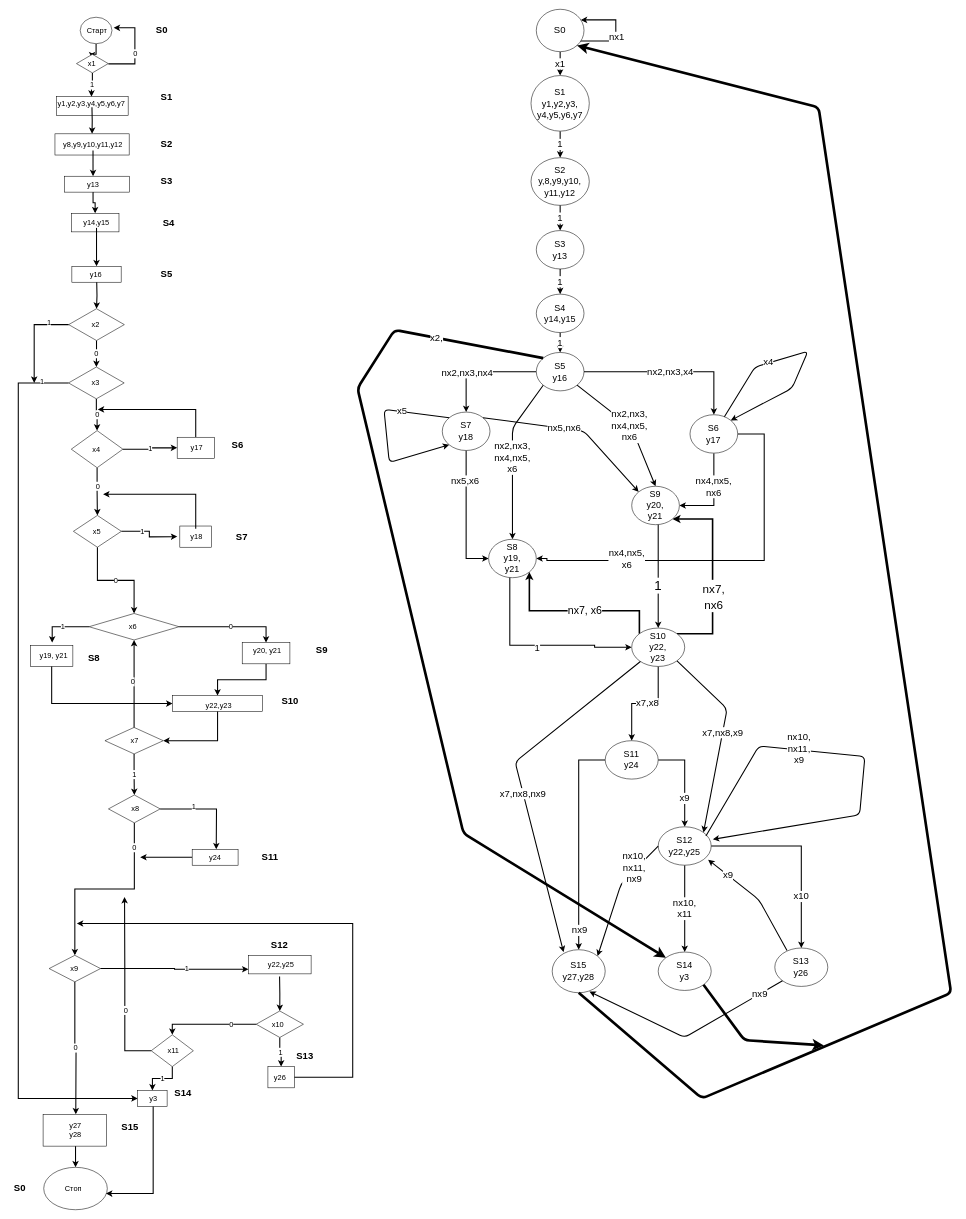
Before: BTDLab2/asdn.drawio in Paremir/Asp.Net-1, a draw.io diagram. Source tidied: cells renumbered, new cells numbered last; positions are measured from the earlier drawing's top-left corner, leaving out a move shared by most shapes. Both pictures are drawn from the tidied source at 53%, with x=0, y=0 at pixel (9, 9).
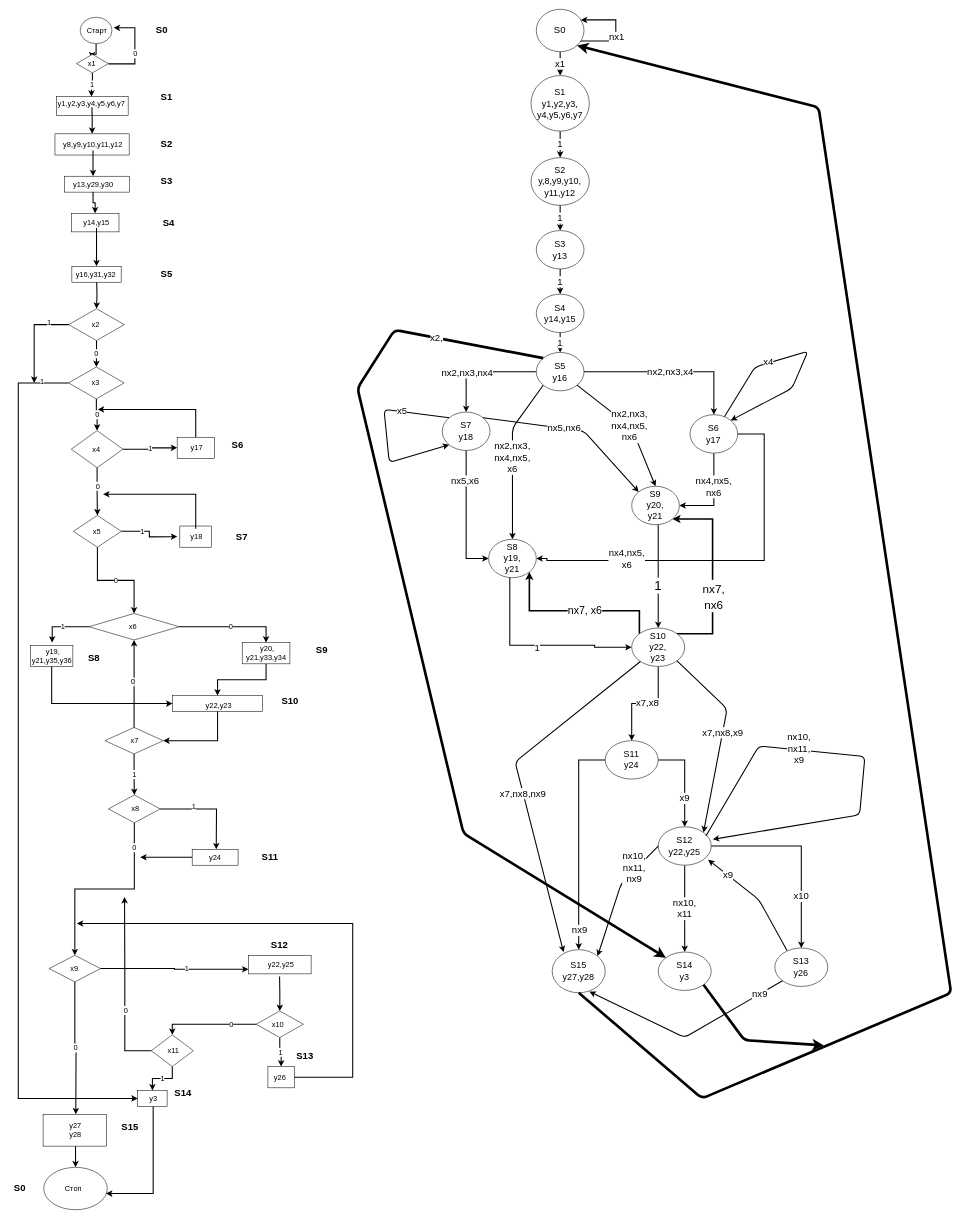
The same diagram, later.

What changed in the source:
```diff
@@
-    <mxCell id="18" value="y13" style="text;html=1;strokeColor=none;fillColor=none;align=center;verticalAlign=middle;whiteSpace=wrap;rounded=0;fontSize=14;" parent="1" vertex="1">
+    <mxCell id="18" value="y13,y29,y30" style="text;html=1;strokeColor=none;fillColor=none;align=center;verticalAlign=middle;whiteSpace=wrap;rounded=0;fontSize=14;" parent="1" vertex="1">
       <mxGeometry x="114.8" y="315" width="86.5" height="30" as="geometry" />
     </mxCell>
@@
-    <mxCell id="24" value="y16" style="text;html=1;strokeColor=none;fillColor=none;align=center;verticalAlign=middle;whiteSpace=wrap;rounded=0;fontSize=14;" parent="1" vertex="1">
+    <mxCell id="24" value="y16,y31,y32" style="text;html=1;strokeColor=none;fillColor=none;align=center;verticalAlign=middle;whiteSpace=wrap;rounded=0;fontSize=14;" parent="1" vertex="1">
       <mxGeometry x="131.9" y="490" width="62.9" height="20" as="geometry" />
     </mxCell>
@@
-    <mxCell id="43" value="&amp;nbsp;y19, y21" style="text;html=1;strokeColor=none;fillColor=none;align=center;verticalAlign=middle;whiteSpace=wrap;rounded=0;fontSize=14;" parent="1" vertex="1">
-      <mxGeometry x="49.5" y="1205" width="64" height="30" as="geometry" />
+    <mxCell id="43" value="&amp;nbsp;y19, y21,y35,y36" style="text;html=1;strokeColor=none;fillColor=none;align=center;verticalAlign=middle;whiteSpace=wrap;rounded=0;fontSize=14;" parent="1" vertex="1">
+      <mxGeometry x="47" y="1205" width="66.5" height="30" as="geometry" />
     </mxCell>
@@
-    <mxCell id="55" value="&amp;nbsp;y20, y21" style="text;html=1;strokeColor=none;fillColor=none;align=center;verticalAlign=middle;whiteSpace=wrap;rounded=0;fontSize=14;" parent="1" vertex="1">
-      <mxGeometry x="431.8" y="1195" width="106.2" height="30" as="geometry" />
+    <mxCell id="55" value="&amp;nbsp;y20, y21,y33,y34" style="text;html=1;strokeColor=none;fillColor=none;align=center;verticalAlign=middle;whiteSpace=wrap;rounded=0;fontSize=14;" parent="1" vertex="1">
+      <mxGeometry x="431.8" y="1195" width="106.2" height="40" as="geometry" />
     </mxCell>
```
